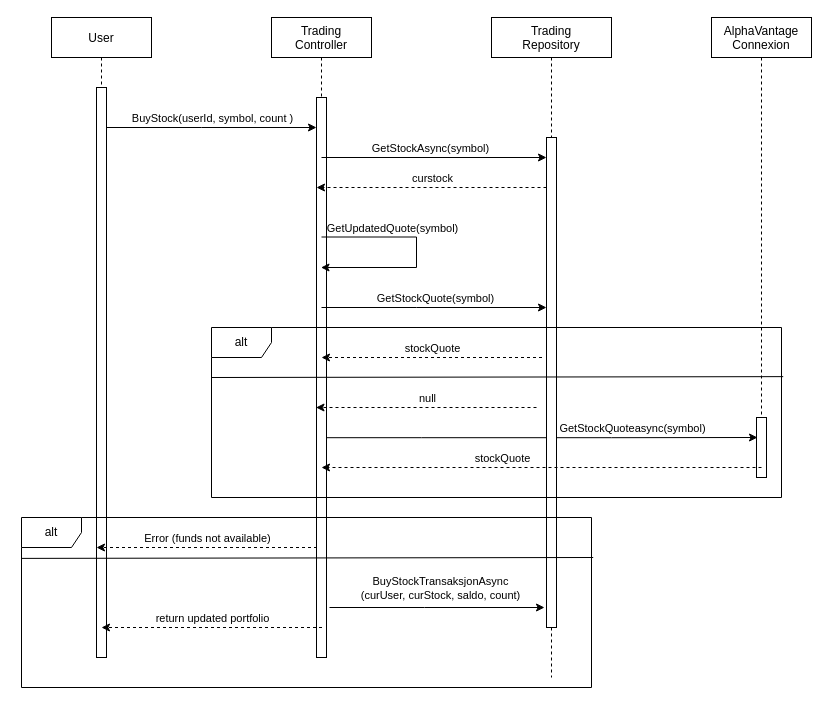
The draw.io diagram doc/buySequenceDiagram.drawio in B-Moritz/Webapplikasjoner_oblig, before the edit. Source tidied: cells renumbered, new cells numbered last; positions are measured from the earlier drawing's top-left corner, leaving out a move shared by most shapes. Both pictures are drawn from the tidied source at 100%, with x=0, y=0 at pixel (21, 17).
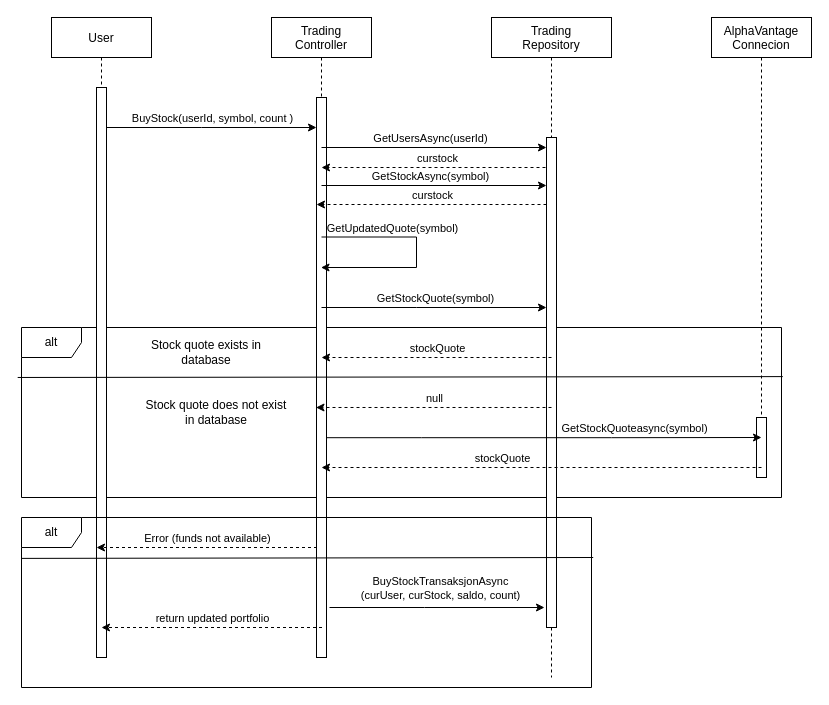
The same page after the edit.

The change refers to these unchanged cells:
```xml
<mxCell id="6" value="Trading&#10;Controller" style="shape=umlLifeline;perimeter=lifelinePerimeter;rounded=0;shadow=0;strokeWidth=1;" parent="1" vertex="1">
  <mxGeometry x="250" width="100" height="640" as="geometry" />
</mxCell>
<mxCell id="10" value="Trading&#10;Repository" style="shape=umlLifeline;perimeter=lifelinePerimeter;rounded=0;shadow=0;strokeWidth=1;" parent="1" vertex="1">
  <mxGeometry x="470" width="120" height="660" as="geometry" />
</mxCell>
<mxCell id="11" style="points=[];perimeter=orthogonalPerimeter;rounded=0;shadow=0;strokeWidth=1;" parent="10" vertex="1">
  <mxGeometry x="55" y="120" width="10" height="490" as="geometry" />
</mxCell>
```

The edit, as a diff of the source:
```diff
@@
+    <mxCell id="32" value="alt" style="shape=umlFrame;whiteSpace=wrap;html=1;" parent="1" vertex="1">
+      <mxGeometry y="310" width="760" height="170" as="geometry" />
+    </mxCell>
@@
-    <mxCell id="8" style="endArrow=classic;html=1;rounded=0;entryX=0.1;entryY=0.789;entryDx=0;entryDy=0;entryPerimeter=0;" parent="6" edge="1">
-      <mxGeometry relative="1" as="geometry">
-        <mxPoint x="55" y="420.2" as="sourcePoint" />
-        <mxPoint x="486" y="420" as="targetPoint" />
-        <Array as="points">
-          <mxPoint x="150" y="420.2" />
-          <mxPoint x="340" y="420.2" />
-        </Array>
-      </mxGeometry>
-    </mxCell>
-    <mxCell id="9" value="GetStockQuoteasync(symbol)" style="edgeLabel;align=center;verticalAlign=middle;html=1;" parent="8" vertex="1">
-      <mxGeometry relative="1" as="geometry">
-        <mxPoint x="89" y="-10" as="offset" />
-      </mxGeometry>
-    </mxCell>
@@
+    <mxCell id="38" style="endArrow=classic;html=1;rounded=0;" parent="10" edge="1">
+      <mxGeometry relative="1" as="geometry">
+        <mxPoint x="-170" y="130" as="sourcePoint" />
+        <mxPoint x="55" y="130" as="targetPoint" />
+      </mxGeometry>
+    </mxCell>
+    <mxCell id="39" value="GetUsersAsync(userId)" style="edgeLabel;align=center;verticalAlign=middle;html=1;" parent="38" vertex="1">
+      <mxGeometry relative="1" as="geometry">
+        <mxPoint x="-5" y="-10" as="offset" />
+      </mxGeometry>
+    </mxCell>
+    <mxCell id="40" style="endArrow=classic;html=1;rounded=0;dashed=1;strokeColor=default;jumpStyle=gap;" parent="10" edge="1">
+      <mxGeometry relative="1" as="geometry">
+        <mxPoint x="60" y="150" as="sourcePoint" />
+        <mxPoint x="-170" y="150" as="targetPoint" />
+        <Array as="points">
+          <mxPoint x="-49.5" y="150" />
+        </Array>
+      </mxGeometry>
+    </mxCell>
+    <mxCell id="41" value="curstock" style="edgeLabel;html=1;align=center;verticalAlign=middle;" parent="40" vertex="1">
+      <mxGeometry relative="1" as="geometry">
+        <mxPoint y="-10" as="offset" />
+      </mxGeometry>
+    </mxCell>
@@
+    <mxCell id="16" style="endArrow=classic;html=1;rounded=0;" parent="1" edge="1">
+      <mxGeometry relative="1" as="geometry">
+        <mxPoint x="300" y="168" as="sourcePoint" />
+        <mxPoint x="525" y="168" as="targetPoint" />
+      </mxGeometry>
+    </mxCell>
+    <mxCell id="17" value="GetStockAsync(symbol)" style="edgeLabel;align=center;verticalAlign=middle;html=1;" parent="16" vertex="1">
+      <mxGeometry relative="1" as="geometry">
+        <mxPoint x="-5" y="-10" as="offset" />
+      </mxGeometry>
+    </mxCell>
-    <mxCell id="12" value="AlphaVantage&#10;Connexion" style="shape=umlLifeline;perimeter=lifelinePerimeter;rounded=0;shadow=0;strokeWidth=1;" parent="1" vertex="1">
+    <mxCell id="12" value="AlphaVantage&#10;Connecion" style="shape=umlLifeline;perimeter=lifelinePerimeter;rounded=0;shadow=0;strokeWidth=1;" parent="1" vertex="1">
       <mxGeometry x="690" width="100" height="460" as="geometry" />
     </mxCell>
@@
-    <mxCell id="16" style="endArrow=classic;html=1;rounded=0;" parent="1" edge="1" target="11">
-      <mxGeometry relative="1" as="geometry">
-        <mxPoint x="300" y="140" as="sourcePoint" />
-      </mxGeometry>
-    </mxCell>
-    <mxCell id="17" value="GetStockAsync(symbol)" style="edgeLabel;align=center;verticalAlign=middle;html=1;" parent="16" vertex="1">
-      <mxGeometry relative="1" as="geometry">
-        <mxPoint x="-5" y="-10" as="offset" />
-      </mxGeometry>
-    </mxCell>
-    <mxCell id="18" style="endArrow=classic;html=1;rounded=0;dashed=1;strokeColor=default;jumpStyle=gap;" parent="1" edge="1" source="11">
+    <mxCell id="18" style="endArrow=classic;html=1;rounded=0;dashed=1;strokeColor=default;jumpStyle=gap;" parent="1" edge="1">
       <mxGeometry relative="1" as="geometry">
-        <mxPoint x="295" y="170" as="targetPoint" />
+        <mxPoint x="525" y="187" as="sourcePoint" />
+        <mxPoint x="295" y="187" as="targetPoint" />
         <Array as="points">
-          <mxPoint x="415.5" y="170" />
+          <mxPoint x="415.5" y="187" />
         </Array>
       </mxGeometry>
     </mxCell>
@@
-    <mxCell id="24" style="endArrow=classic;html=1;rounded=0;dashed=1;strokeColor=default;jumpStyle=gap;exitX=0.5;exitY=0.625;exitDx=0;exitDy=0;exitPerimeter=0;" parent="1" edge="1">
+    <mxCell id="24" style="endArrow=classic;html=1;rounded=0;dashed=1;strokeColor=default;jumpStyle=gap;" parent="1" edge="1">
       <mxGeometry relative="1" as="geometry">
-        <mxPoint x="520.5" y="340" as="sourcePoint" />
+        <mxPoint x="530" y="340" as="sourcePoint" />
         <mxPoint x="300" y="340" as="targetPoint" />
         <Array as="points">
           <mxPoint x="420.5" y="340" />
         </Array>
       </mxGeometry>
     </mxCell>
@@
-    <mxCell id="28" style="endArrow=classic;html=1;rounded=0;dashed=1;strokeColor=default;jumpStyle=gap;exitX=0.5;exitY=0.625;exitDx=0;exitDy=0;exitPerimeter=0;" parent="1" edge="1">
+    <mxCell id="28" style="endArrow=classic;html=1;rounded=0;dashed=1;strokeColor=default;jumpStyle=gap;exitX=0.5;exitY=0.551;exitDx=0;exitDy=0;exitPerimeter=0;" parent="1" edge="1" source="11">
       <mxGeometry relative="1" as="geometry">
-        <mxPoint x="515" y="390" as="sourcePoint" />
         <mxPoint x="294.5" y="390" as="targetPoint" />
         <Array as="points">
           <mxPoint x="415" y="390" />
         </Array>
       </mxGeometry>
     </mxCell>
@@
-    <mxCell id="32" value="alt" style="shape=umlFrame;whiteSpace=wrap;html=1;" parent="1" vertex="1">
-      <mxGeometry x="190" y="310" width="570" height="170" as="geometry" />
-    </mxCell>
@@
-    <mxCell id="36" style="endArrow=none;html=1;rounded=0;entryX=1.003;entryY=0.289;entryDx=0;entryDy=0;entryPerimeter=0;" parent="1" edge="1" target="32">
+    <mxCell id="36" style="endArrow=none;html=1;rounded=0;entryX=1.003;entryY=0.289;entryDx=0;entryDy=0;entryPerimeter=0;exitX=-0.005;exitY=0.294;exitDx=0;exitDy=0;exitPerimeter=0;" parent="1" edge="1" source="32">
       <mxGeometry relative="1" as="geometry">
-        <mxPoint x="190" y="360" as="sourcePoint" />
+        <mxPoint x="761.3" y="359.1" as="targetPoint" />
       </mxGeometry>
     </mxCell>
@@
+    <mxCell id="42" value="Stock quote exists in database" style="text;html=1;strokeColor=none;fillColor=none;align=center;verticalAlign=middle;whiteSpace=wrap;rounded=0;" parent="1" vertex="1">
+      <mxGeometry x="110" y="320" width="150" height="30" as="geometry" />
+    </mxCell>
+    <mxCell id="43" value="Stock quote does not exist in database" style="text;html=1;strokeColor=none;fillColor=none;align=center;verticalAlign=middle;whiteSpace=wrap;rounded=0;" parent="1" vertex="1">
+      <mxGeometry x="120" y="380" width="150" height="30" as="geometry" />
+    </mxCell>
+    <mxCell id="8" style="endArrow=classic;html=1;rounded=0;" parent="1" edge="1">
+      <mxGeometry relative="1" as="geometry">
+        <mxPoint x="305" y="420.2" as="sourcePoint" />
+        <mxPoint x="740" y="420" as="targetPoint" />
+        <Array as="points">
+          <mxPoint x="400" y="420.2" />
+          <mxPoint x="590" y="420.2" />
+        </Array>
+      </mxGeometry>
+    </mxCell>
+    <mxCell id="9" value="GetStockQuoteasync(symbol)" style="edgeLabel;align=center;verticalAlign=middle;html=1;" parent="8" vertex="1">
+      <mxGeometry relative="1" as="geometry">
+        <mxPoint x="89" y="-10" as="offset" />
+      </mxGeometry>
+    </mxCell>
```
